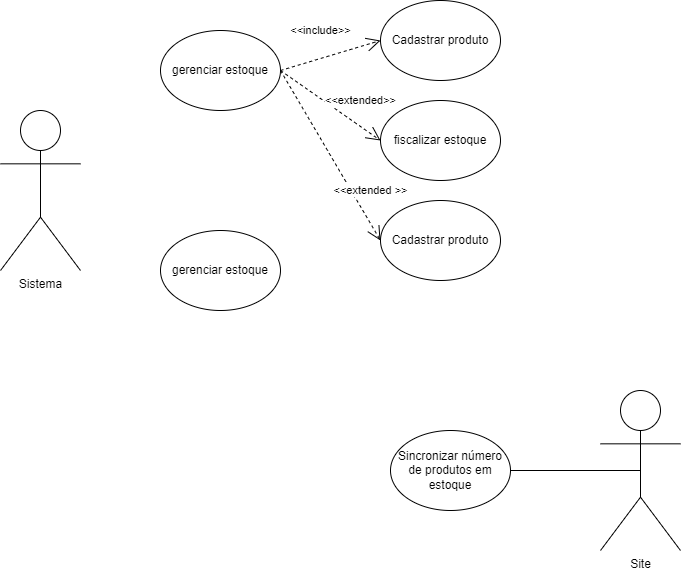
Before: CS1.drawio.png, a diagram exported from draw.io (Zaibam/Desenvolvimento-De-Sistemas-1). Source tidied: cells renumbered, new cells last; positions are measured from the earlier drawing's top-left corner, leaving out a move shared by most shapes.
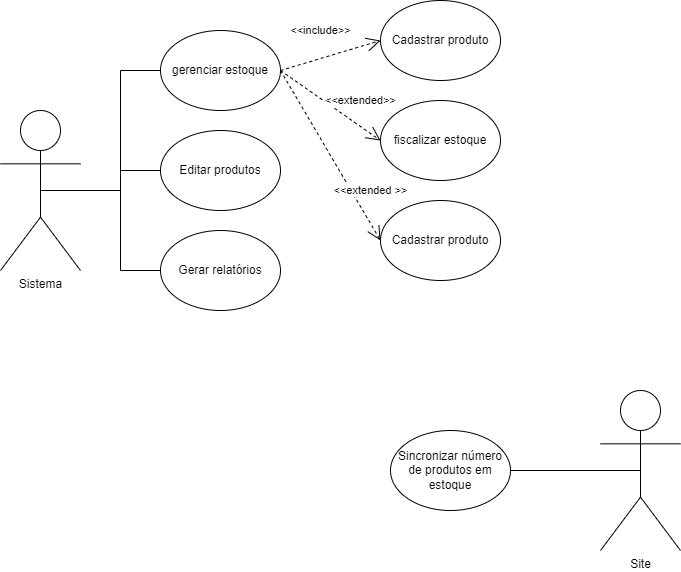
After the change.

What changed in the source:
```diff
@@ -2,6 +2,15 @@
   <root>
     <mxCell id="0" />
     <mxCell id="1" parent="0" />
+    <mxCell id="14" style="edgeStyle=orthogonalEdgeStyle;rounded=0;jettySize=auto;html=1;exitX=0.5;exitY=0.5;exitDx=0;exitDy=0;exitPerimeter=0;entryX=0;entryY=0.5;entryDx=0;entryDy=0;endArrow=none;endFill=0;" parent="1" edge="1" source="2" target="4">
+      <mxGeometry relative="1" as="geometry" />
+    </mxCell>
+    <mxCell id="15" style="edgeStyle=orthogonalEdgeStyle;rounded=0;jettySize=auto;html=1;exitX=0.5;exitY=0.5;exitDx=0;exitDy=0;exitPerimeter=0;entryX=0;entryY=0.5;entryDx=0;entryDy=0;endArrow=none;endFill=0;" parent="1" edge="1" source="2" target="17">
+      <mxGeometry relative="1" as="geometry" />
+    </mxCell>
+    <mxCell id="16" style="edgeStyle=orthogonalEdgeStyle;rounded=0;jettySize=auto;html=1;exitX=0.5;exitY=0.5;exitDx=0;exitDy=0;exitPerimeter=0;entryX=0;entryY=0.5;entryDx=0;entryDy=0;endArrow=none;endFill=0;" parent="1" edge="1" source="2" target="6">
+      <mxGeometry relative="1" as="geometry" />
+    </mxCell>
     <mxCell id="2" value="Sistema" style="shape=umlActor;verticalLabelPosition=bottom;verticalAlign=top;html=1;" parent="1" vertex="1">
       <mxGeometry y="110" width="80" height="160" as="geometry" />
     </mxCell>
@@ -14,7 +23,7 @@
     <mxCell id="5" value="Cadastrar produto" style="ellipse;whiteSpace=wrap;html=1;" parent="1" vertex="1">
       <mxGeometry x="380" width="120" height="80" as="geometry" />
     </mxCell>
-    <mxCell id="6" value="gerenciar estoque" style="ellipse;whiteSpace=wrap;html=1;" parent="1" vertex="1">
+    <mxCell id="6" value="Gerar relatórios" style="ellipse;whiteSpace=wrap;html=1;" parent="1" vertex="1">
       <mxGeometry x="160" y="230" width="120" height="80" as="geometry" />
     </mxCell>
     <mxCell id="7" value="fiscalizar estoque" style="ellipse;whiteSpace=wrap;html=1;" parent="1" vertex="1">
@@ -38,5 +47,8 @@
     <mxCell id="13" style="edgeStyle=orthogonalEdgeStyle;rounded=0;jettySize=auto;html=1;exitX=1;exitY=0.5;exitDx=0;exitDy=0;entryX=0.5;entryY=0.5;entryDx=0;entryDy=0;entryPerimeter=0;endArrow=none;endFill=0;" parent="1" edge="1" source="12" target="3">
       <mxGeometry relative="1" as="geometry" />
     </mxCell>
+    <mxCell id="17" value="Editar produtos" style="ellipse;whiteSpace=wrap;html=1;" parent="1" vertex="1">
+      <mxGeometry x="160" y="130" width="120" height="80" as="geometry" />
+    </mxCell>
   </root>
 </mxGraphModel>
```
